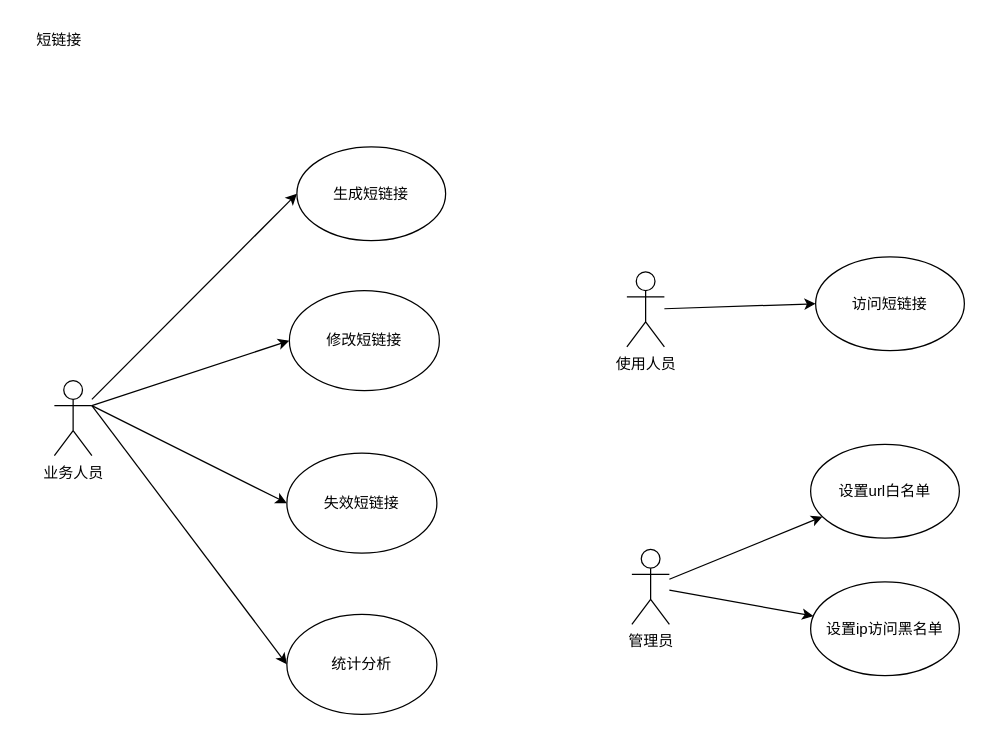
This is page "短链接" (3 of 10) of shorturl.drawio from leechliao/drawio, a draw.io file, before an edit. Source tidied: cells renumbered, new cells numbered last; positions are measured from the earlier drawing's top-left corner, leaving out a move shared by most shapes. Both pictures are drawn from the tidied source at 125%, with x=0, y=0 at pixel (21, 21).
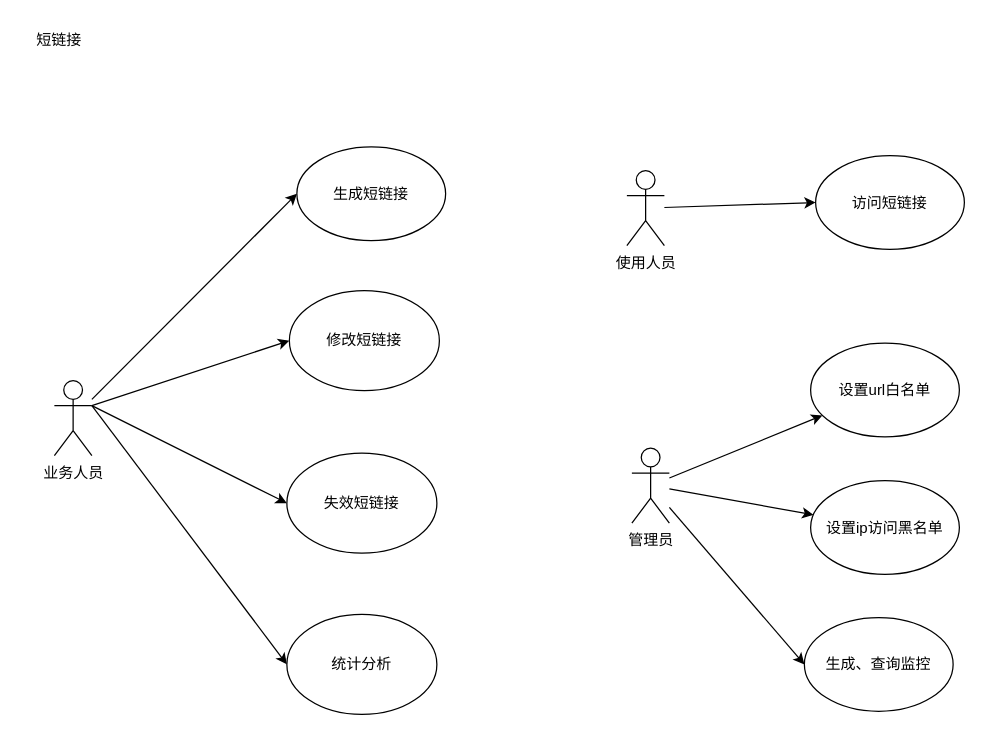
The same page after the edit.

The edit, as a diff of the source:
```diff
@@
     <mxCell id="12" value="使用人员" style="shape=umlActor;verticalLabelPosition=bottom;verticalAlign=top;html=1;outlineConnect=0;" parent="1" vertex="1">
-      <mxGeometry x="484" y="200" width="30" height="60" as="geometry" />
+      <mxGeometry x="484" y="119" width="30" height="60" as="geometry" />
     </mxCell>
     <mxCell id="13" value="访问短链接" style="ellipse;whiteSpace=wrap;html=1;" parent="1" vertex="1">
-      <mxGeometry x="635" y="188" width="119" height="75" as="geometry" />
+      <mxGeometry x="635" y="107" width="119" height="75" as="geometry" />
     </mxCell>
@@
+    <mxCell id="20" style="rounded=0;jettySize=auto;html=1;entryX=0;entryY=0.5;entryDx=0;entryDy=0;" parent="1" edge="1" source="16" target="21">
+      <mxGeometry relative="1" as="geometry" />
+    </mxCell>
     <mxCell id="16" value="管理员" style="shape=umlActor;verticalLabelPosition=bottom;verticalAlign=top;html=1;outlineConnect=0;" parent="1" vertex="1">
-      <mxGeometry x="488" y="422" width="30" height="60" as="geometry" />
+      <mxGeometry x="488" y="341" width="30" height="60" as="geometry" />
     </mxCell>
     <mxCell id="17" value="设置url白名单" style="ellipse;whiteSpace=wrap;html=1;" parent="1" vertex="1">
-      <mxGeometry x="631" y="338" width="119" height="75" as="geometry" />
+      <mxGeometry x="631" y="257" width="119" height="75" as="geometry" />
     </mxCell>
     <mxCell id="18" value="设置ip访问黑名单" style="ellipse;whiteSpace=wrap;html=1;" parent="1" vertex="1">
-      <mxGeometry x="631" y="448" width="119" height="75" as="geometry" />
+      <mxGeometry x="631" y="367" width="119" height="75" as="geometry" />
     </mxCell>
@@
+    <mxCell id="21" value="生成、查询监控" style="ellipse;whiteSpace=wrap;html=1;" parent="1" vertex="1">
+      <mxGeometry x="626" y="476.5" width="119" height="75" as="geometry" />
+    </mxCell>
```
